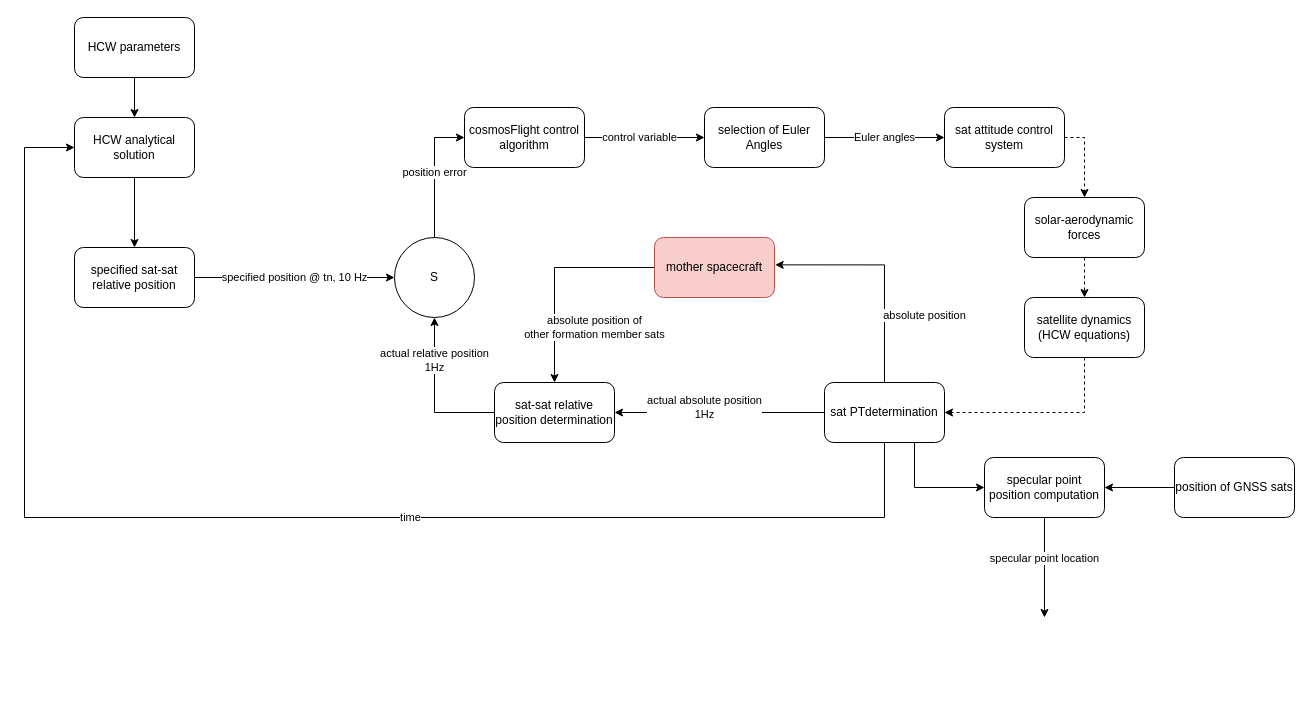
The draw.io diagram cosmosFormationFlightAlgorithm.drawio in JanThoemel/drawIO, before the edit. Source tidied: cells renumbered, new cells numbered last; positions are measured from the earlier drawing's top-left corner, leaving out a move shared by most shapes. Both pictures are drawn from the tidied source at 100%, with x=0, y=0 at pixel (24, 17).
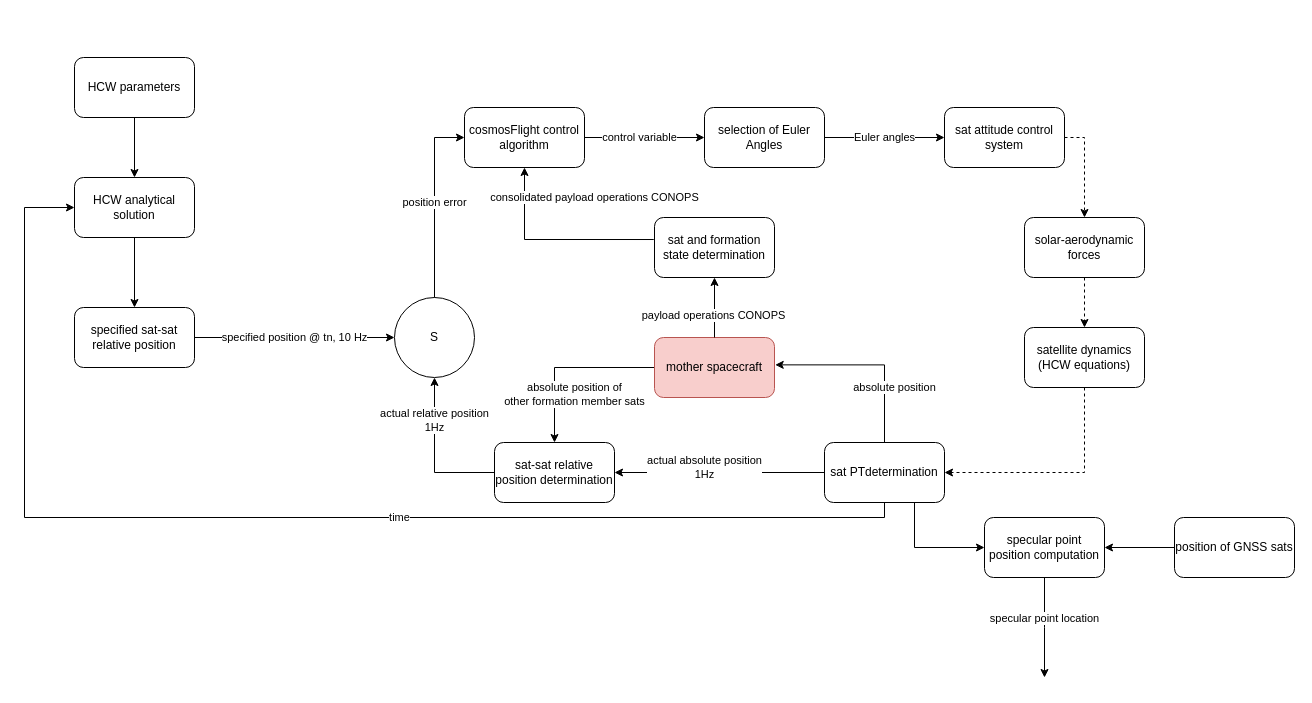
Above is the later version.

Unchanged cells that the change refers to:
```xml
<mxCell id="6" value="cosmosFlight control algorithm" style="rounded=1;whiteSpace=wrap;html=1;" parent="1" vertex="1">
  <mxGeometry x="440" y="90" width="120" height="60" as="geometry" />
</mxCell>
```

What changed in the source:
```diff
@@
     <mxCell id="2" value="&lt;font face=&quot;greekC&quot;&gt;S&lt;/font&gt;" style="ellipse;whiteSpace=wrap;html=1;" parent="1" vertex="1">
-      <mxGeometry x="370" y="220" width="80" height="80" as="geometry" />
+      <mxGeometry x="370" y="280" width="80" height="80" as="geometry" />
     </mxCell>
@@
     <mxCell id="5" value="sat PTdetermination" style="rounded=1;whiteSpace=wrap;html=1;" parent="1" vertex="1">
-      <mxGeometry x="800" y="365" width="120" height="60" as="geometry" />
+      <mxGeometry x="800" y="425" width="120" height="60" as="geometry" />
     </mxCell>
@@
     <mxCell id="11" value="satellite dynamics (HCW equations)" style="rounded=1;whiteSpace=wrap;html=1;" parent="1" vertex="1">
-      <mxGeometry x="1000" y="280" width="120" height="60" as="geometry" />
+      <mxGeometry x="1000" y="310" width="120" height="60" as="geometry" />
     </mxCell>
@@
     <mxCell id="16" value="solar-aerodynamic forces" style="rounded=1;whiteSpace=wrap;html=1;" parent="1" vertex="1">
-      <mxGeometry x="1000" y="180" width="120" height="60" as="geometry" />
+      <mxGeometry x="1000" y="200" width="120" height="60" as="geometry" />
     </mxCell>
@@
     <mxCell id="18" value="HCW analytical solution" style="rounded=1;whiteSpace=wrap;html=1;" parent="1" vertex="1">
-      <mxGeometry x="50" y="100" width="120" height="60" as="geometry" />
+      <mxGeometry x="50" y="160" width="120" height="60" as="geometry" />
     </mxCell>
     <mxCell id="19" value="HCW parameters" style="rounded=1;whiteSpace=wrap;html=1;" parent="1" vertex="1">
-      <mxGeometry x="50" width="120" height="60" as="geometry" />
+      <mxGeometry x="50" y="40" width="120" height="60" as="geometry" />
     </mxCell>
@@
     <mxCell id="21" value="sat-sat relative position determination" style="rounded=1;whiteSpace=wrap;html=1;" parent="1" vertex="1">
-      <mxGeometry x="470" y="365" width="120" height="60" as="geometry" />
+      <mxGeometry x="470" y="425" width="120" height="60" as="geometry" />
     </mxCell>
     <mxCell id="22" value="specified sat-sat relative position" style="rounded=1;whiteSpace=wrap;html=1;" parent="1" vertex="1">
-      <mxGeometry x="50" y="230" width="120" height="60" as="geometry" />
+      <mxGeometry x="50" y="290" width="120" height="60" as="geometry" />
     </mxCell>
@@
     <mxCell id="25" value="absolute position of&lt;br&gt;other formation member sats" style="edgeStyle=orthogonalEdgeStyle;rounded=0;jettySize=auto;html=1;entryX=0.5;entryY=0;entryDx=0;entryDy=0;startArrow=none;exitX=0;exitY=0.5;exitDx=0;exitDy=0;" parent="1" edge="1" source="31" target="21">
-      <mxGeometry x="0.49" y="40" relative="1" as="geometry" />
+      <mxGeometry x="0.45" y="20" relative="1" as="geometry" />
     </mxCell>
     <mxCell id="26" value="specular point position computation" style="rounded=1;whiteSpace=wrap;html=1;" parent="1" vertex="1">
-      <mxGeometry x="960" y="440" width="120" height="60" as="geometry" />
+      <mxGeometry x="960" y="500" width="120" height="60" as="geometry" />
     </mxCell>
@@
     <mxCell id="28" value="position of GNSS sats" style="rounded=1;whiteSpace=wrap;html=1;" parent="1" vertex="1">
-      <mxGeometry x="1150" y="440" width="120" height="60" as="geometry" />
+      <mxGeometry x="1150" y="500" width="120" height="60" as="geometry" />
     </mxCell>
     <mxCell id="29" value="specular point location" style="edgeStyle=orthogonalEdgeStyle;rounded=0;jettySize=auto;html=1;exitX=0.5;exitY=1;exitDx=0;exitDy=0;startArrow=none;" parent="1" edge="1" source="26">
       <mxGeometry x="-0.19" relative="1" as="geometry">
-        <mxPoint x="1020" y="600" as="targetPoint" />
+        <mxPoint x="1020" y="660" as="targetPoint" />
       </mxGeometry>
     </mxCell>
     <mxCell id="30" value="time" style="edgeStyle=orthogonalEdgeStyle;rounded=0;jettySize=auto;html=1;startArrow=none;entryX=0;entryY=0.5;entryDx=0;entryDy=0;" parent="1" edge="1" source="5" target="18">
       <mxGeometry x="-0.19" relative="1" as="geometry">
         <Array as="points">
           <mxPoint x="860" y="500" />
           <mxPoint y="500" />
-          <mxPoint y="130" />
+          <mxPoint y="190" />
         </Array>
       </mxGeometry>
     </mxCell>
     <mxCell id="31" value="mother spacecraft" style="rounded=1;whiteSpace=wrap;html=1;fillColor=#f8cecc;strokeColor=#b85450;" parent="1" vertex="1">
-      <mxGeometry x="630" y="220" width="120" height="60" as="geometry" />
+      <mxGeometry x="630" y="320" width="120" height="60" as="geometry" />
     </mxCell>
     <mxCell id="32" value="absolute position" style="edgeStyle=orthogonalEdgeStyle;rounded=0;jettySize=auto;html=1;exitX=0.5;exitY=0;exitDx=0;exitDy=0;startArrow=none;entryX=1.006;entryY=0.456;entryDx=0;entryDy=0;entryPerimeter=0;" parent="1" edge="1" source="5" target="31">
-      <mxGeometry x="-0.41" y="-40" relative="1" as="geometry" />
+      <mxGeometry x="-0.41" y="-10" relative="1" as="geometry" />
     </mxCell>
+    <mxCell id="33" value="consolidated payload operations CONOPS" style="edgeStyle=orthogonalEdgeStyle;rounded=0;jettySize=auto;html=1;entryX=0.5;entryY=1;entryDx=0;entryDy=0;startArrow=none;exitX=-0.006;exitY=0.367;exitDx=0;exitDy=0;exitPerimeter=0;" parent="1" edge="1" source="34" target="6">
+      <mxGeometry x="-0.41" y="-42" relative="1" as="geometry" />
+    </mxCell>
+    <mxCell id="34" value="sat and formation state determination" style="rounded=1;whiteSpace=wrap;html=1;" parent="1" vertex="1">
+      <mxGeometry x="630" y="200" width="120" height="60" as="geometry" />
+    </mxCell>
+    <mxCell id="35" style="edgeStyle=orthogonalEdgeStyle;rounded=0;jettySize=auto;html=1;entryX=0.5;entryY=1;entryDx=0;entryDy=0;startArrow=none;exitX=0.5;exitY=0;exitDx=0;exitDy=0;" parent="1" edge="1" source="31" target="34">
+      <mxGeometry x="0.73" y="-10" relative="1" as="geometry" />
+    </mxCell>
+    <mxCell id="36" value="payload operations CONOPS" style="edgeLabel;html=1;align=center;verticalAlign=middle;" parent="35" vertex="1">
+      <mxGeometry x="-0.26" relative="1" as="geometry">
+        <mxPoint x="-2" y="-1" as="offset" />
+      </mxGeometry>
+    </mxCell>
```
